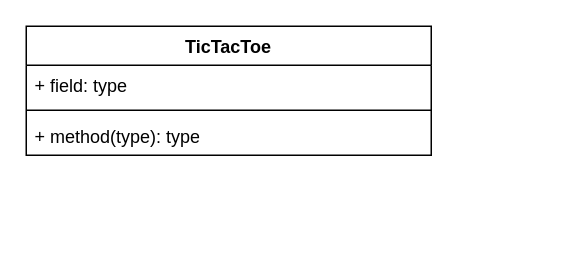
Above: tic-tac-toe.drawio in GabrielTerra55/Tic-Tac-Toe-Master (draw.io), before the change. Source tidied: cells renumbered, new cells numbered last; positions are measured from the earlier drawing's top-left corner, leaving out a move shared by most shapes. Both pictures are drawn from the tidied source at 150%, with x=0, y=0 at pixel (26, 26).
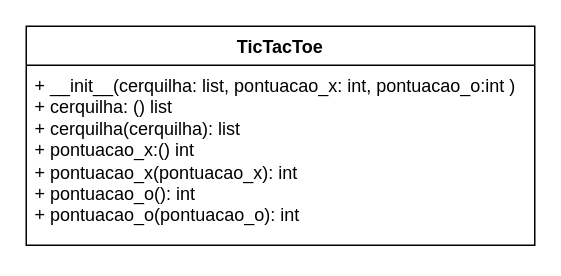
Above is the later version.

Change to the diagram source:
```diff
@@
 <mxGraphModel>
   <root>
     <mxCell id="0" />
     <mxCell id="1" parent="0" />
     <mxCell id="2" value="TicTacToe" style="swimlane;fontStyle=1;align=center;verticalAlign=top;horizontal=1;startSize=26;whiteSpace=wrap;html=1;" parent="1" vertex="1">
-      <mxGeometry width="270" height="86" as="geometry" />
+      <mxGeometry width="339" height="146" as="geometry" />
     </mxCell>
-    <mxCell id="3" value="+ field: type" style="text;strokeColor=none;fillColor=none;align=left;verticalAlign=top;spacingLeft=4;spacingRight=4;overflow=hidden;whiteSpace=wrap;html=1;" parent="2" vertex="1">
-      <mxGeometry y="26" width="270" height="26" as="geometry" />
-    </mxCell>
-    <mxCell id="4" style="line;strokeWidth=1;fillColor=none;align=left;verticalAlign=middle;spacingTop=-1;spacingLeft=3;spacingRight=3;labelPosition=right;strokeColor=inherit;" parent="2" vertex="1">
-      <mxGeometry y="52" width="270" height="8" as="geometry" />
-    </mxCell>
-    <mxCell id="5" value="+ method(type): type" style="text;strokeColor=none;fillColor=none;align=left;verticalAlign=top;spacingLeft=4;spacingRight=4;overflow=hidden;whiteSpace=wrap;html=1;" parent="2" vertex="1">
-      <mxGeometry y="60" width="270" height="26" as="geometry" />
+    <mxCell id="5" value="+ __init__(cerquilha: list, pontuacao_x: int, pontuacao_o:int )&lt;br&gt;+ cerquilha: () list&lt;br&gt;+ cerquilha(cerquilha): list&lt;br&gt;+ pontuacao_x:() int&lt;br&gt;+ pontuacao_x(pontuacao_x): int&lt;br&gt;+ pontuacao_o(): int&lt;br&gt;+ pontuacao_o(pontuacao_o): int" style="text;strokeColor=none;fillColor=none;align=left;verticalAlign=top;spacingLeft=4;spacingRight=4;overflow=hidden;whiteSpace=wrap;html=1;" parent="2" vertex="1">
+      <mxGeometry y="26" width="339" height="120" as="geometry" />
     </mxCell>
   </root>
 </mxGraphModel>
```
